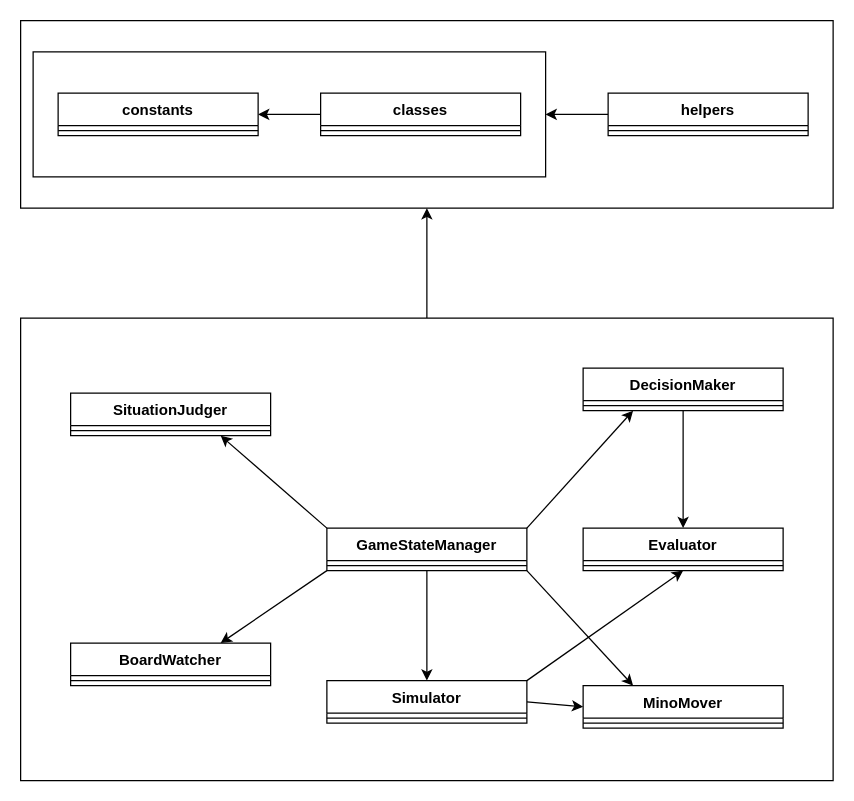
Earlier version of the draw.io diagram class.drawio (porink0424/py-tris). Source tidied: cells renumbered, new cells numbered last; positions are measured from the earlier drawing's top-left corner, leaving out a move shared by most shapes. Both pictures are drawn from the tidied source at 125%, with x=0, y=0 at pixel (20, 20).
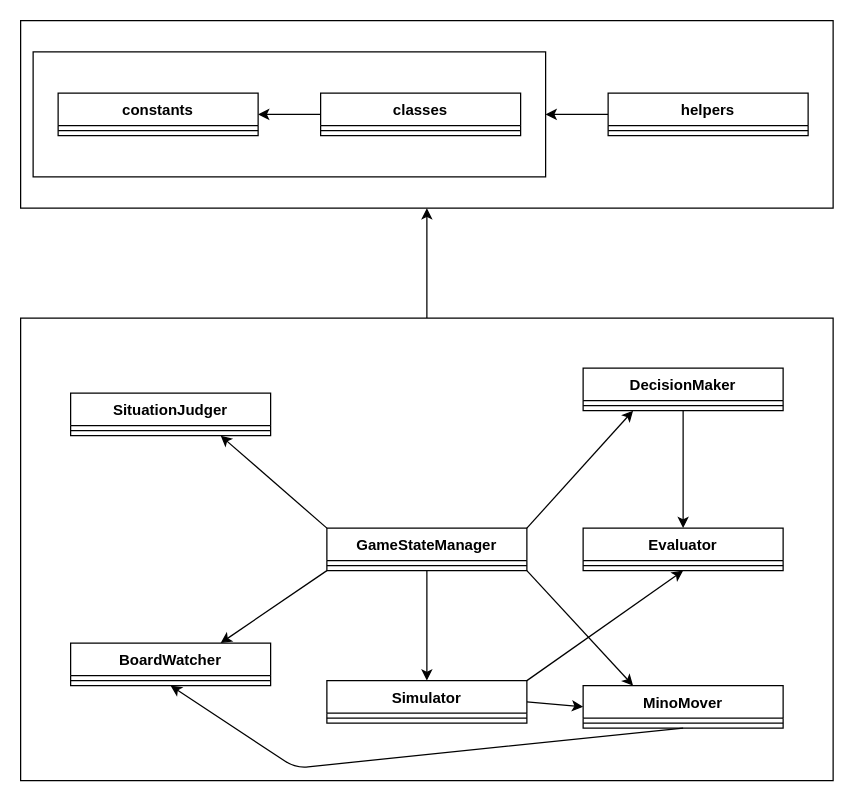
After the change.

Commit message (it also covers changes not shown here):
fix: Delete unnecessary lines

The change refers to these unchanged cells:
```xml
<mxCell id="23" value="BoardWatcher" style="swimlane;fontStyle=1;align=center;verticalAlign=top;horizontal=1;startSize=26;" parent="1" vertex="1">
  <mxGeometry x="40" y="498" width="160" height="34" as="geometry" />
</mxCell>
<mxCell id="28" value="MinoMover" style="swimlane;fontStyle=1;align=center;verticalAlign=top;horizontal=1;startSize=26;" parent="1" vertex="1">
  <mxGeometry x="450" y="532" width="160" height="34" as="geometry" />
</mxCell>
```

What changed in the source:
```diff
@@
+    <mxCell id="36" style="edgeStyle=none;html=1;exitX=0.5;exitY=1;exitDx=0;exitDy=0;entryX=0.5;entryY=1;entryDx=0;entryDy=0;" parent="1" edge="1" source="28" target="23">
+      <mxGeometry relative="1" as="geometry">
+        <Array as="points">
+          <mxPoint x="220" y="598" />
+        </Array>
+      </mxGeometry>
+    </mxCell>
```
